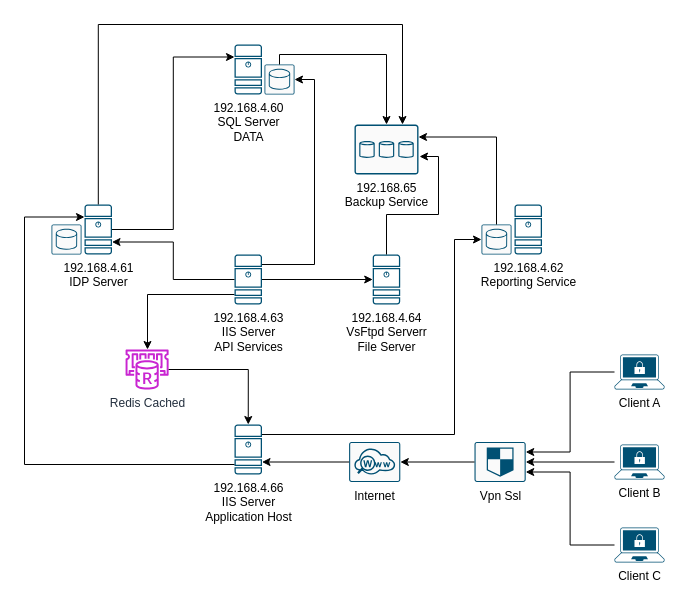
This is Untitled Diagram.drawio from osvcarign/charts, a draw.io file, before an edit. Source tidied: cells renumbered, new cells numbered last; positions are measured from the earlier drawing's top-left corner, leaving out a move shared by most shapes. Both pictures are drawn from the tidied source at 100%, with x=0, y=0 at pixel (24, 24).
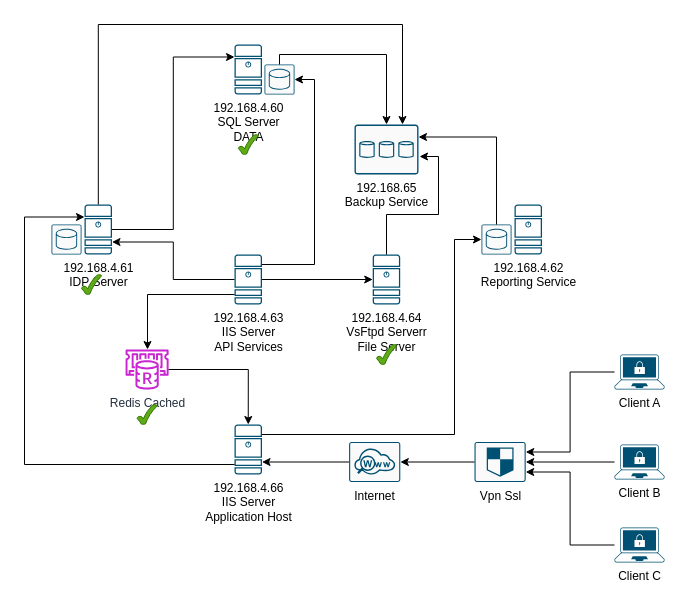
The same diagram, later.

Change to the diagram source:
```diff
@@
     <mxCell id="2" style="group;" parent="1" vertex="1">
-      <mxGeometry x="210" y="20" width="60" height="50" as="geometry" />
+      <mxGeometry x="210" y="20" width="60" height="110" as="geometry" />
     </mxCell>
@@
+    <mxCell id="38" style="verticalLabelPosition=bottom;verticalAlign=top;html=1;shape=mxgraph.basic.tick;fillColor=#60a917;strokeColor=#2D7600;fontColor=#ffffff;" parent="2" vertex="1">
+      <mxGeometry x="3.8" y="90" width="20" height="20" as="geometry" />
+    </mxCell>
@@
     <mxCell id="6" style="group;" parent="1" vertex="1">
-      <mxGeometry x="30" y="180" width="57.5" height="50" as="geometry" />
+      <mxGeometry x="30" y="180" width="57.5" height="90" as="geometry" />
     </mxCell>
@@
+    <mxCell id="39" style="verticalLabelPosition=bottom;verticalAlign=top;html=1;shape=mxgraph.basic.tick;fillColor=#60a917;strokeColor=#2D7600;fontColor=#ffffff;" parent="6" vertex="1">
+      <mxGeometry x="27" y="70" width="20" height="20" as="geometry" />
+    </mxCell>
@@
+    <mxCell id="40" style="verticalLabelPosition=bottom;verticalAlign=top;html=1;shape=mxgraph.basic.tick;fillColor=#60a917;strokeColor=#2D7600;fontColor=#ffffff;" parent="1" vertex="1">
+      <mxGeometry x="112.6" y="380" width="20" height="20" as="geometry" />
+    </mxCell>
+    <mxCell id="41" style="verticalLabelPosition=bottom;verticalAlign=top;html=1;shape=mxgraph.basic.tick;fillColor=#60a917;strokeColor=#2D7600;fontColor=#ffffff;" parent="1" vertex="1">
+      <mxGeometry x="352" y="320" width="20" height="20" as="geometry" />
+    </mxCell>
```
